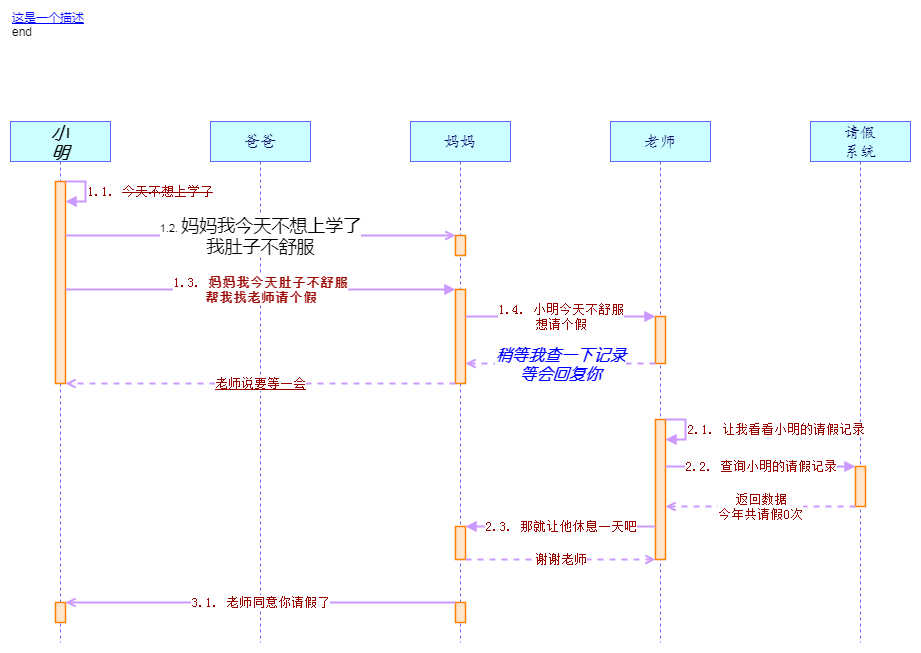
This is pic/example.png from Adrninistrator/uml-sequence-diagram-drawio, a draw.io export, as it was before one commit. Source tidied: cells renumbered, new cells last; positions are measured from the earlier drawing's top-left corner, leaving out a move shared by most shapes.
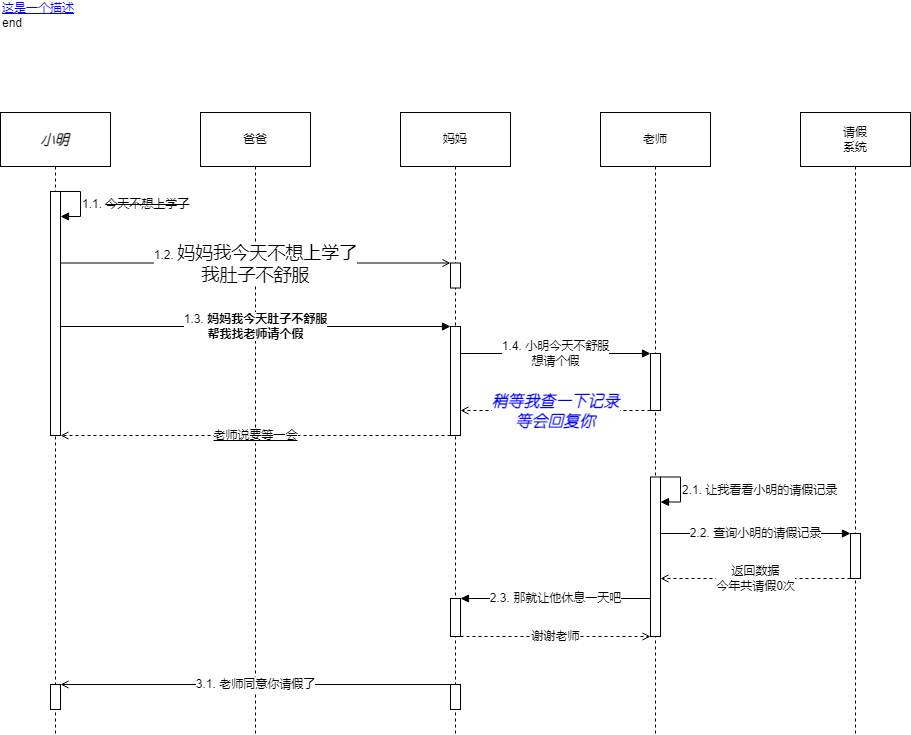
Above is the later version.

What changed in the source:
```diff
@@ -3,128 +3,128 @@
     <mxCell id="0" />
     <mxCell id="1" parent="0" />
     <mxCell id="2" value="&lt;font color=&quot;#0000ff&quot;&gt;&lt;u&gt;这是一个描述&lt;/u&gt;&lt;/font&gt;&lt;br&gt;end" style="text;fillColor=none;verticalAlign=bottom;verticalLabelPosition=top;whiteSpace=wrap;labelPosition=center;rounded=0;html=1;strokeColor=none;align=left;" parent="1" vertex="1">
-      <mxGeometry width="900" height="20" as="geometry" />
+      <mxGeometry width="910" height="20" as="geometry" />
     </mxCell>
-    <mxCell id="3" value="&lt;font style=&quot;font-size: 17px&quot; face=&quot;幼圆&quot; color=&quot;#000000&quot;&gt;&lt;b&gt;&lt;i&gt;小&lt;br&gt;明&lt;/i&gt;&lt;/b&gt;&lt;/font&gt;" style="strokeWidth=1;fillColor=#CCFFFF;whiteSpace=wrap;shape=umlLifeline;size=40;perimeter=lifelinePerimeter;html=1;strokeColor=#6666FF;" parent="1" vertex="1">
-      <mxGeometry y="80" width="100" height="521" as="geometry" />
-    </mxCell>
+    <mxCell id="29" value="&lt;font style=&quot;font-size: 12px&quot; color=&quot;#000000&quot;&gt;&lt;font style=&quot;font-size: 14px&quot; face=&quot;幼圆&quot; color=&quot;#000000&quot;&gt;&lt;b&gt;&lt;i&gt;小明&lt;/i&gt;&lt;/b&gt;&lt;/font&gt;&lt;/font&gt;" style="whiteSpace=wrap;shape=umlLifeline;size=54;perimeter=lifelinePerimeter;html=1;" parent="1" vertex="1">
+      <mxGeometry y="80" width="110" height="622" as="geometry" />
+    </mxCell>
-    <mxCell id="4" value="&lt;font face=&quot;楷体&quot; style=&quot;font-size: 16px&quot; color=&quot;#000066&quot;&gt;爸爸&lt;/font&gt;" style="strokeWidth=1;fillColor=#CCFFFF;whiteSpace=wrap;shape=umlLifeline;size=40;perimeter=lifelinePerimeter;html=1;strokeColor=#6666FF;" parent="1" vertex="1">
-      <mxGeometry x="200" y="80" width="100" height="521" as="geometry" />
+    <mxCell id="4" value="&lt;font style=&quot;font-size: 12px&quot; color=&quot;#000000&quot;&gt;爸爸&lt;/font&gt;" style="whiteSpace=wrap;shape=umlLifeline;size=54;perimeter=lifelinePerimeter;html=1;" parent="1" vertex="1">
+      <mxGeometry x="200" y="80" width="110" height="622" as="geometry" />
     </mxCell>
-    <mxCell id="5" value="&lt;font face=&quot;楷体&quot; style=&quot;font-size: 16px&quot; color=&quot;#000066&quot;&gt;妈妈&lt;/font&gt;" style="strokeWidth=1;fillColor=#CCFFFF;whiteSpace=wrap;shape=umlLifeline;size=40;perimeter=lifelinePerimeter;html=1;strokeColor=#6666FF;" parent="1" vertex="1">
-      <mxGeometry x="400" y="80" width="100" height="521" as="geometry" />
+    <mxCell id="5" value="&lt;font style=&quot;font-size: 12px&quot; color=&quot;#000000&quot;&gt;妈妈&lt;/font&gt;" style="whiteSpace=wrap;shape=umlLifeline;size=54;perimeter=lifelinePerimeter;html=1;" parent="1" vertex="1">
+      <mxGeometry x="400" y="80" width="110" height="622" as="geometry" />
     </mxCell>
-    <mxCell id="6" value="&lt;font face=&quot;楷体&quot; style=&quot;font-size: 16px&quot; color=&quot;#000066&quot;&gt;老师&lt;/font&gt;" style="strokeWidth=1;fillColor=#CCFFFF;whiteSpace=wrap;shape=umlLifeline;size=40;perimeter=lifelinePerimeter;html=1;strokeColor=#6666FF;" parent="1" vertex="1">
-      <mxGeometry x="600" y="80" width="100" height="521" as="geometry" />
+    <mxCell id="6" value="&lt;font style=&quot;font-size: 12px&quot; color=&quot;#000000&quot;&gt;老师&lt;/font&gt;" style="whiteSpace=wrap;shape=umlLifeline;size=54;perimeter=lifelinePerimeter;html=1;" parent="1" vertex="1">
+      <mxGeometry x="600" y="80" width="110" height="622" as="geometry" />
     </mxCell>
-    <mxCell id="7" value="&lt;font face=&quot;楷体&quot; style=&quot;font-size: 16px&quot; color=&quot;#000066&quot;&gt;请假&lt;br&gt;系统&lt;/font&gt;" style="strokeWidth=1;fillColor=#CCFFFF;whiteSpace=wrap;shape=umlLifeline;size=40;perimeter=lifelinePerimeter;html=1;strokeColor=#6666FF;" parent="1" vertex="1">
-      <mxGeometry x="800" y="80" width="100" height="521" as="geometry" />
+    <mxCell id="7" value="&lt;font style=&quot;font-size: 12px&quot; color=&quot;#000000&quot;&gt;请假&lt;br&gt;系统&lt;/font&gt;" style="whiteSpace=wrap;shape=umlLifeline;size=54;perimeter=lifelinePerimeter;html=1;" parent="1" vertex="1">
+      <mxGeometry x="800" y="80" width="110" height="622" as="geometry" />
     </mxCell>
-    <mxCell id="8" style="strokeWidth=1.5;fillColor=#FFE6CC;perimeter=orthogonalPerimeter;html=1;strokeColor=#FF8000;" parent="1" vertex="1">
-      <mxGeometry x="45" y="140" width="10" height="202" as="geometry" />
-    </mxCell>
-    <mxCell id="9" style="strokeWidth=1.5;fillColor=#FFE6CC;perimeter=orthogonalPerimeter;html=1;strokeColor=#FF8000;" parent="1" vertex="1">
-      <mxGeometry x="45" y="561" width="10" height="20" as="geometry" />
-    </mxCell>
-    <mxCell id="10" style="strokeWidth=1.5;fillColor=#FFE6CC;perimeter=orthogonalPerimeter;html=1;strokeColor=#FF8000;" parent="1" vertex="1">
-      <mxGeometry x="445" y="194" width="10" height="20" as="geometry" />
-    </mxCell>
-    <mxCell id="11" style="strokeWidth=1.5;fillColor=#FFE6CC;perimeter=orthogonalPerimeter;html=1;strokeColor=#FF8000;" parent="1" vertex="1">
-      <mxGeometry x="445" y="248" width="10" height="94" as="geometry" />
-    </mxCell>
-    <mxCell id="12" style="strokeWidth=1.5;fillColor=#FFE6CC;perimeter=orthogonalPerimeter;html=1;strokeColor=#FF8000;" parent="1" vertex="1">
-      <mxGeometry x="445" y="485" width="10" height="33" as="geometry" />
-    </mxCell>
-    <mxCell id="13" style="strokeWidth=1.5;fillColor=#FFE6CC;perimeter=orthogonalPerimeter;html=1;strokeColor=#FF8000;" parent="1" vertex="1">
-      <mxGeometry x="445" y="561" width="10" height="20" as="geometry" />
-    </mxCell>
-    <mxCell id="14" style="strokeWidth=1.5;fillColor=#FFE6CC;perimeter=orthogonalPerimeter;html=1;strokeColor=#FF8000;" parent="1" vertex="1">
-      <mxGeometry x="645" y="275" width="10" height="47" as="geometry" />
-    </mxCell>
-    <mxCell id="15" style="strokeWidth=1.5;fillColor=#FFE6CC;perimeter=orthogonalPerimeter;html=1;strokeColor=#FF8000;" parent="1" vertex="1">
-      <mxGeometry x="645" y="378" width="10" height="140" as="geometry" />
-    </mxCell>
-    <mxCell id="16" style="strokeWidth=1.5;fillColor=#FFE6CC;perimeter=orthogonalPerimeter;html=1;strokeColor=#FF8000;" parent="1" vertex="1">
-      <mxGeometry x="845" y="425" width="10" height="40" as="geometry" />
-    </mxCell>
+    <mxCell id="30" style="perimeter=orthogonalPerimeter;html=1;" parent="1" vertex="1">
+      <mxGeometry x="50" y="159" width="10" height="244" as="geometry" />
+    </mxCell>
+    <mxCell id="31" style="perimeter=orthogonalPerimeter;html=1;" parent="1" vertex="1">
+      <mxGeometry x="50" y="652" width="10" height="25" as="geometry" />
+    </mxCell>
+    <mxCell id="32" style="perimeter=orthogonalPerimeter;html=1;" parent="1" vertex="1">
+      <mxGeometry x="450" y="230.5" width="10" height="25" as="geometry" />
+    </mxCell>
+    <mxCell id="33" style="perimeter=orthogonalPerimeter;html=1;" parent="1" vertex="1">
+      <mxGeometry x="450" y="294" width="10" height="109" as="geometry" />
+    </mxCell>
+    <mxCell id="34" style="perimeter=orthogonalPerimeter;html=1;" parent="1" vertex="1">
+      <mxGeometry x="450" y="566" width="10" height="38" as="geometry" />
+    </mxCell>
+    <mxCell id="35" style="perimeter=orthogonalPerimeter;html=1;" parent="1" vertex="1">
+      <mxGeometry x="450" y="652" width="10" height="25" as="geometry" />
+    </mxCell>
+    <mxCell id="36" style="perimeter=orthogonalPerimeter;html=1;" parent="1" vertex="1">
+      <mxGeometry x="650" y="321" width="10" height="57" as="geometry" />
+    </mxCell>
+    <mxCell id="37" style="perimeter=orthogonalPerimeter;html=1;" parent="1" vertex="1">
+      <mxGeometry x="650" y="444.5" width="10" height="159.5" as="geometry" />
+    </mxCell>
+    <mxCell id="38" style="perimeter=orthogonalPerimeter;html=1;" parent="1" vertex="1">
+      <mxGeometry x="850" y="501" width="10" height="45" as="geometry" />
+    </mxCell>
-    <mxCell id="17" value="&lt;font face=&quot;宋体&quot; style=&quot;font-size: 13px&quot; color=&quot;#990000&quot;&gt;1.1. &lt;strike&gt;今天不想上学了&lt;/strike&gt;&lt;/font&gt;" style="strokeWidth=2;endFill=1;rounded=0;html=1;strokeColor=#CC99FF;endArrow=block;align=left;" parent="1" edge="1">
+    <mxCell id="17" value="&lt;font style=&quot;font-size: 12px&quot; color=&quot;#000000&quot;&gt;1.1. &lt;strike&gt;今天不想上学了&lt;/strike&gt;&lt;/font&gt;" style="endFill=1;labelBackgroundColor=none;rounded=0;html=1;endArrow=block;align=left;" parent="1" edge="1">
       <mxGeometry relative="1" as="geometry">
-        <mxPoint x="55" y="140" as="sourcePoint" />
-        <mxPoint x="55" y="160" as="targetPoint" />
+        <mxPoint x="60" y="159" as="sourcePoint" />
+        <mxPoint x="60" y="184" as="targetPoint" />
         <Array as="points">
-          <mxPoint x="75" y="140" />
-          <mxPoint x="75" y="160" />
+          <mxPoint x="80" y="159" />
+          <mxPoint x="80" y="184" />
         </Array>
       </mxGeometry>
     </mxCell>
-    <mxCell id="18" value="1.2. &lt;font style=&quot;font-size: 18px&quot; face=&quot;微软雅黑&quot; color=&quot;#000000&quot;&gt;妈妈我今天不想上学了&lt;br&gt;我肚子不舒服&lt;/font&gt;" style="strokeWidth=2;endFill=0;html=1;strokeColor=#CC99FF;endArrow=open;" parent="1" edge="1">
+    <mxCell id="18" value="&lt;font style=&quot;font-size: 12px&quot; color=&quot;#000000&quot;&gt;1.2. &lt;font style=&quot;font-size: 18px&quot; face=&quot;微软雅黑&quot; color=&quot;#000000&quot;&gt;妈妈我今天不想上学了&lt;br&gt;我肚子不舒服&lt;/font&gt;&lt;/font&gt;" style="endFill=0;html=1;endArrow=open;" parent="1" edge="1">
       <mxGeometry relative="1" as="geometry">
-        <mxPoint x="55" y="194" as="sourcePoint" />
-        <mxPoint x="445" y="194" as="targetPoint" />
+        <mxPoint x="60" y="230.5" as="sourcePoint" />
+        <mxPoint x="450" y="230.5" as="targetPoint" />
       </mxGeometry>
     </mxCell>
-    <mxCell id="19" value="&lt;font face=&quot;宋体&quot; style=&quot;font-size: 13px&quot; color=&quot;#990000&quot;&gt;1.3. &lt;b&gt;妈妈我今天肚子不舒服&lt;br&gt;帮我找老师请个假&lt;/b&gt;&lt;/font&gt;" style="strokeWidth=2;endFill=1;html=1;strokeColor=#CC99FF;endArrow=block;" parent="1" edge="1">
+    <mxCell id="19" value="&lt;font style=&quot;font-size: 12px&quot; color=&quot;#000000&quot;&gt;1.3. &lt;b&gt;妈妈我今天肚子不舒服&lt;br&gt;帮我找老师请个假&lt;/b&gt;&lt;/font&gt;" style="endFill=1;html=1;endArrow=block;" parent="1" edge="1">
       <mxGeometry relative="1" as="geometry">
-        <mxPoint x="55" y="248" as="sourcePoint" />
-        <mxPoint x="445" y="248" as="targetPoint" />
+        <mxPoint x="60" y="294" as="sourcePoint" />
+        <mxPoint x="450" y="294" as="targetPoint" />
       </mxGeometry>
     </mxCell>
-    <mxCell id="20" value="&lt;font face=&quot;宋体&quot; style=&quot;font-size: 13px&quot; color=&quot;#990000&quot;&gt;1.4. 小明今天不舒服&lt;br&gt;想请个假&lt;/font&gt;" style="strokeWidth=2;endFill=1;html=1;strokeColor=#CC99FF;endArrow=block;" parent="1" edge="1">
+    <mxCell id="20" value="&lt;font style=&quot;font-size: 12px&quot; color=&quot;#000000&quot;&gt;1.4. 小明今天不舒服&lt;br&gt;想请个假&lt;/font&gt;" style="endFill=1;html=1;endArrow=block;" parent="1" edge="1">
       <mxGeometry relative="1" as="geometry">
-        <mxPoint x="455" y="275" as="sourcePoint" />
-        <mxPoint x="645" y="275" as="targetPoint" />
+        <mxPoint x="460" y="321" as="sourcePoint" />
+        <mxPoint x="650" y="321" as="targetPoint" />
       </mxGeometry>
     </mxCell>
-    <mxCell id="21" value="&lt;font style=&quot;font-size: 16px&quot; face=&quot;幼圆&quot; color=&quot;#0000ff&quot;&gt;&lt;b&gt;&lt;i&gt;稍等我查一下记录&lt;br&gt;等会回复你&lt;/i&gt;&lt;/b&gt;&lt;/font&gt;" style="strokeWidth=2;dashed=1;endFill=0;html=1;strokeColor=#CC99FF;endArrow=open;" parent="1" edge="1">
+    <mxCell id="21" value="&lt;font style=&quot;font-size: 12px&quot; color=&quot;#000000&quot;&gt;&lt;font style=&quot;font-size: 16px&quot; face=&quot;幼圆&quot; color=&quot;#0000ff&quot;&gt;&lt;b&gt;&lt;i&gt;稍等我查一下记录&lt;br&gt;等会回复你&lt;/i&gt;&lt;/b&gt;&lt;/font&gt;&lt;/font&gt;" style="dashed=1;endFill=0;html=1;endArrow=open;" parent="1" edge="1">
       <mxGeometry relative="1" as="geometry">
-        <mxPoint x="645" y="322" as="sourcePoint" />
-        <mxPoint x="455" y="322" as="targetPoint" />
+        <mxPoint x="650" y="378" as="sourcePoint" />
+        <mxPoint x="460" y="378" as="targetPoint" />
       </mxGeometry>
     </mxCell>
-    <mxCell id="22" value="&lt;font face=&quot;宋体&quot; style=&quot;font-size: 13px&quot; color=&quot;#990000&quot;&gt;&lt;u&gt;老师说要等一会&lt;/u&gt;&lt;/font&gt;" style="strokeWidth=2;dashed=1;endFill=0;html=1;strokeColor=#CC99FF;endArrow=open;" parent="1" edge="1">
+    <mxCell id="22" value="&lt;font style=&quot;font-size: 12px&quot; color=&quot;#000000&quot;&gt;&lt;u&gt;老师说要等一会&lt;/u&gt;&lt;/font&gt;" style="dashed=1;endFill=0;html=1;endArrow=open;" parent="1" edge="1">
       <mxGeometry relative="1" as="geometry">
-        <mxPoint x="445" y="342" as="sourcePoint" />
-        <mxPoint x="55" y="342" as="targetPoint" />
+        <mxPoint x="450" y="403" as="sourcePoint" />
+        <mxPoint x="60" y="403" as="targetPoint" />
       </mxGeometry>
     </mxCell>
-    <mxCell id="23" value="&lt;font face=&quot;宋体&quot; style=&quot;font-size: 13px&quot; color=&quot;#990000&quot;&gt;2.1. 让我看看小明的请假记录&lt;/font&gt;" style="strokeWidth=2;endFill=1;rounded=0;html=1;strokeColor=#CC99FF;endArrow=block;align=left;" parent="1" edge="1">
+    <mxCell id="23" value="&lt;font style=&quot;font-size: 12px&quot; color=&quot;#000000&quot;&gt;2.1. 让我看看小明的请假记录&lt;/font&gt;" style="endFill=1;labelBackgroundColor=none;rounded=0;html=1;endArrow=block;align=left;" parent="1" edge="1">
       <mxGeometry relative="1" as="geometry">
-        <mxPoint x="655" y="378" as="sourcePoint" />
-        <mxPoint x="655" y="398" as="targetPoint" />
+        <mxPoint x="660" y="444.5" as="sourcePoint" />
+        <mxPoint x="660" y="469.5" as="targetPoint" />
         <Array as="points">
-          <mxPoint x="675" y="378" />
-          <mxPoint x="675" y="398" />
+          <mxPoint x="680" y="444.5" />
+          <mxPoint x="680" y="469.5" />
         </Array>
       </mxGeometry>
     </mxCell>
-    <mxCell id="24" value="&lt;font face=&quot;宋体&quot; style=&quot;font-size: 13px&quot; color=&quot;#990000&quot;&gt;2.2. 查询小明的请假记录&lt;/font&gt;" style="strokeWidth=2;endFill=1;html=1;strokeColor=#CC99FF;endArrow=block;" parent="1" edge="1">
+    <mxCell id="24" value="&lt;font style=&quot;font-size: 12px&quot; color=&quot;#000000&quot;&gt;2.2. 查询小明的请假记录&lt;/font&gt;" style="endFill=1;html=1;endArrow=block;" parent="1" edge="1">
       <mxGeometry relative="1" as="geometry">
-        <mxPoint x="655" y="425" as="sourcePoint" />
-        <mxPoint x="845" y="425" as="targetPoint" />
+        <mxPoint x="660" y="501" as="sourcePoint" />
+        <mxPoint x="850" y="501" as="targetPoint" />
       </mxGeometry>
     </mxCell>
-    <mxCell id="25" value="&lt;font face=&quot;宋体&quot; style=&quot;font-size: 13px&quot; color=&quot;#990000&quot;&gt;返回数据&lt;br&gt;今年共请假0次&lt;/font&gt;" style="strokeWidth=2;dashed=1;endFill=0;html=1;strokeColor=#CC99FF;endArrow=open;" parent="1" edge="1">
+    <mxCell id="25" value="&lt;font style=&quot;font-size: 12px&quot; color=&quot;#000000&quot;&gt;返回数据&lt;br&gt;今年共请假0次&lt;/font&gt;" style="dashed=1;endFill=0;html=1;endArrow=open;" parent="1" edge="1">
       <mxGeometry relative="1" as="geometry">
-        <mxPoint x="845" y="465" as="sourcePoint" />
-        <mxPoint x="655" y="465" as="targetPoint" />
+        <mxPoint x="850" y="546" as="sourcePoint" />
+        <mxPoint x="660" y="546" as="targetPoint" />
       </mxGeometry>
     </mxCell>
-    <mxCell id="26" value="&lt;font face=&quot;宋体&quot; style=&quot;font-size: 13px&quot; color=&quot;#990000&quot;&gt;2.3. 那就让他休息一天吧&lt;/font&gt;" style="strokeWidth=2;endFill=1;html=1;strokeColor=#CC99FF;endArrow=block;" parent="1" edge="1">
+    <mxCell id="26" value="&lt;font style=&quot;font-size: 12px&quot; color=&quot;#000000&quot;&gt;2.3. 那就让他休息一天吧&lt;/font&gt;" style="endFill=1;html=1;endArrow=block;" parent="1" edge="1">
       <mxGeometry relative="1" as="geometry">
-        <mxPoint x="645" y="485" as="sourcePoint" />
-        <mxPoint x="455" y="485" as="targetPoint" />
+        <mxPoint x="650" y="566" as="sourcePoint" />
+        <mxPoint x="460" y="566" as="targetPoint" />
       </mxGeometry>
     </mxCell>
-    <mxCell id="27" value="&lt;font face=&quot;宋体&quot; style=&quot;font-size: 13px&quot; color=&quot;#990000&quot;&gt;谢谢老师&lt;/font&gt;" style="strokeWidth=2;dashed=1;endFill=0;html=1;strokeColor=#CC99FF;endArrow=open;" parent="1" edge="1">
+    <mxCell id="27" value="&lt;font style=&quot;font-size: 12px&quot; color=&quot;#000000&quot;&gt;谢谢老师&lt;/font&gt;" style="dashed=1;endFill=0;html=1;endArrow=open;" parent="1" edge="1">
       <mxGeometry relative="1" as="geometry">
-        <mxPoint x="455" y="518" as="sourcePoint" />
-        <mxPoint x="645" y="518" as="targetPoint" />
+        <mxPoint x="460" y="604" as="sourcePoint" />
+        <mxPoint x="650" y="604" as="targetPoint" />
       </mxGeometry>
     </mxCell>
-    <mxCell id="28" value="&lt;font face=&quot;宋体&quot; style=&quot;font-size: 13px&quot; color=&quot;#990000&quot;&gt;3.1. 老师同意你请假了&lt;/font&gt;" style="strokeWidth=2;endFill=0;html=1;strokeColor=#CC99FF;endArrow=open;" parent="1" edge="1">
+    <mxCell id="28" value="&lt;font style=&quot;font-size: 12px&quot; color=&quot;#000000&quot;&gt;3.1. 老师同意你请假了&lt;/font&gt;" style="endFill=0;html=1;endArrow=open;" parent="1" edge="1">
       <mxGeometry relative="1" as="geometry">
-        <mxPoint x="445" y="561" as="sourcePoint" />
-        <mxPoint x="55" y="561" as="targetPoint" />
+        <mxPoint x="450" y="652" as="sourcePoint" />
+        <mxPoint x="60" y="652" as="targetPoint" />
       </mxGeometry>
     </mxCell>
   </root>
```
